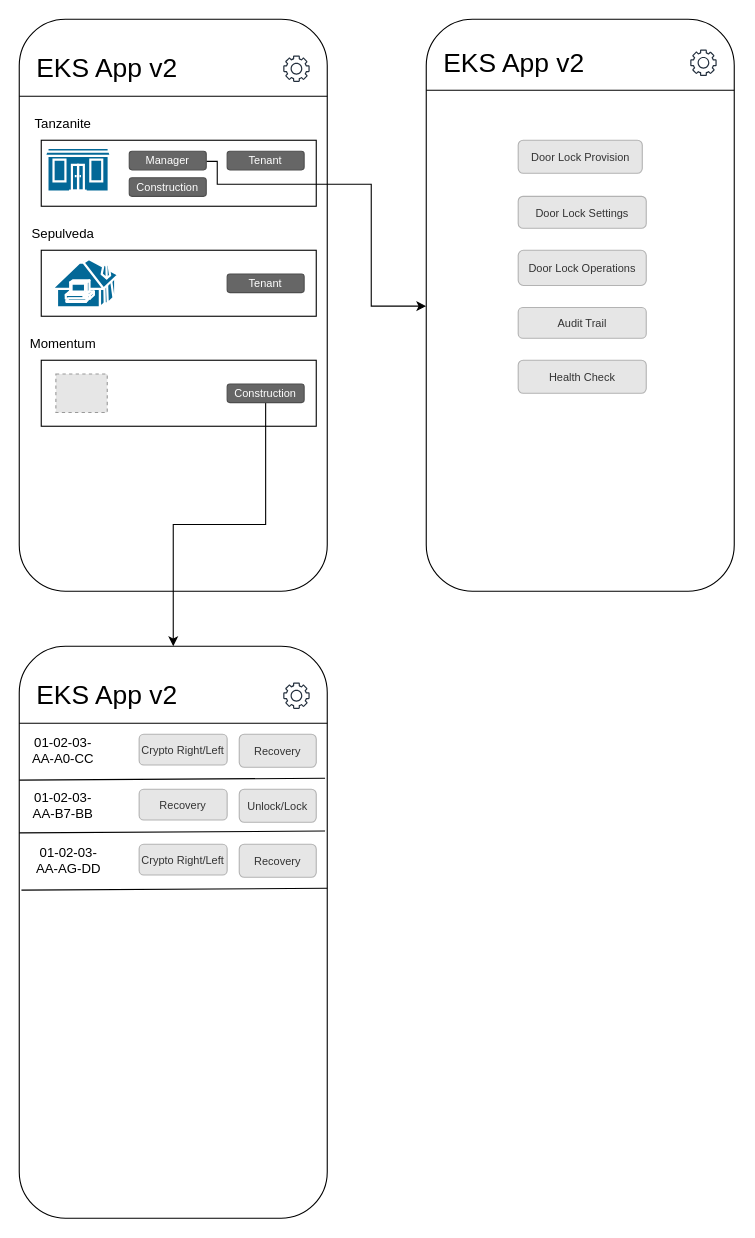
Above: EKS System v2 .drawio in kevin3747118/ALZK (draw.io), before the change. Source tidied: cells renumbered, new cells numbered last; positions are measured from the earlier drawing's top-left corner, leaving out a move shared by most shapes. Both pictures are drawn from the tidied source at 110%, with x=0, y=0 at pixel (19, 19). Pictures stored in the file or linked from it are replaced by grey dashed boxes.
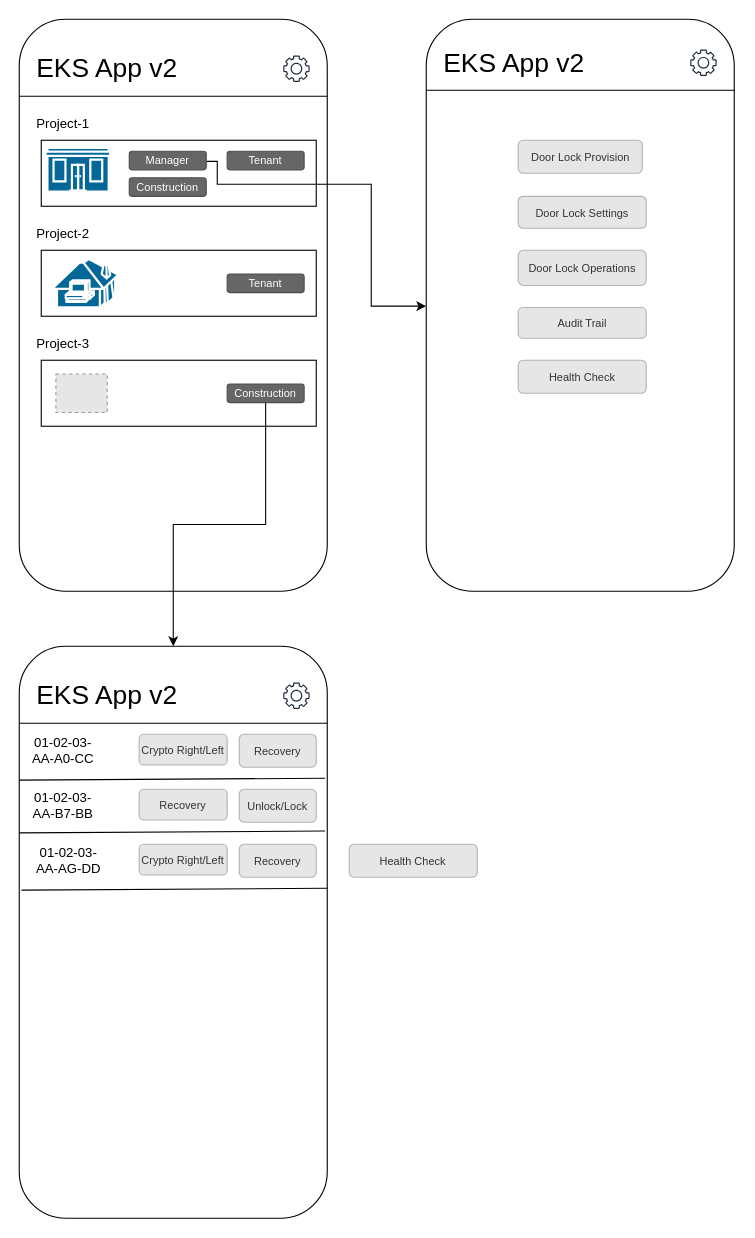
The same diagram, later.

The edit, as a diff of the source:
```diff
@@
-    <mxCell id="3" value="Tanzanite" style="text;html=1;strokeColor=none;fillColor=none;align=center;verticalAlign=middle;whiteSpace=wrap;rounded=0;" parent="1" vertex="1">
+    <mxCell id="3" value="Project-1" style="text;html=1;strokeColor=none;fillColor=none;align=center;verticalAlign=middle;whiteSpace=wrap;rounded=0;" parent="1" vertex="1">
       <mxGeometry x="10" y="80" width="60" height="30" as="geometry" />
     </mxCell>
@@
-    <mxCell id="6" value="Sepulveda" style="text;html=1;strokeColor=none;fillColor=none;align=center;verticalAlign=middle;whiteSpace=wrap;rounded=0;" parent="1" vertex="1">
+    <mxCell id="6" value="Project-2" style="text;html=1;strokeColor=none;fillColor=none;align=center;verticalAlign=middle;whiteSpace=wrap;rounded=0;" parent="1" vertex="1">
       <mxGeometry x="10" y="180" width="60" height="30" as="geometry" />
     </mxCell>
-    <mxCell id="7" value="Momentum" style="text;html=1;strokeColor=none;fillColor=none;align=center;verticalAlign=middle;whiteSpace=wrap;rounded=0;" parent="1" vertex="1">
+    <mxCell id="7" value="Project-3" style="text;html=1;strokeColor=none;fillColor=none;align=center;verticalAlign=middle;whiteSpace=wrap;rounded=0;" parent="1" vertex="1">
       <mxGeometry x="10" y="280" width="60" height="30" as="geometry" />
     </mxCell>
@@
+    <mxCell id="47" value="Health Check" style="rounded=1;html=1;shadow=0;dashed=0;whiteSpace=wrap;fontSize=10;fillColor=#E6E6E6;align=center;strokeColor=#B3B3B3;fontColor=#333333;" parent="1" vertex="1">
+      <mxGeometry x="300" y="750" width="116.4" height="30" as="geometry" />
+    </mxCell>
```
